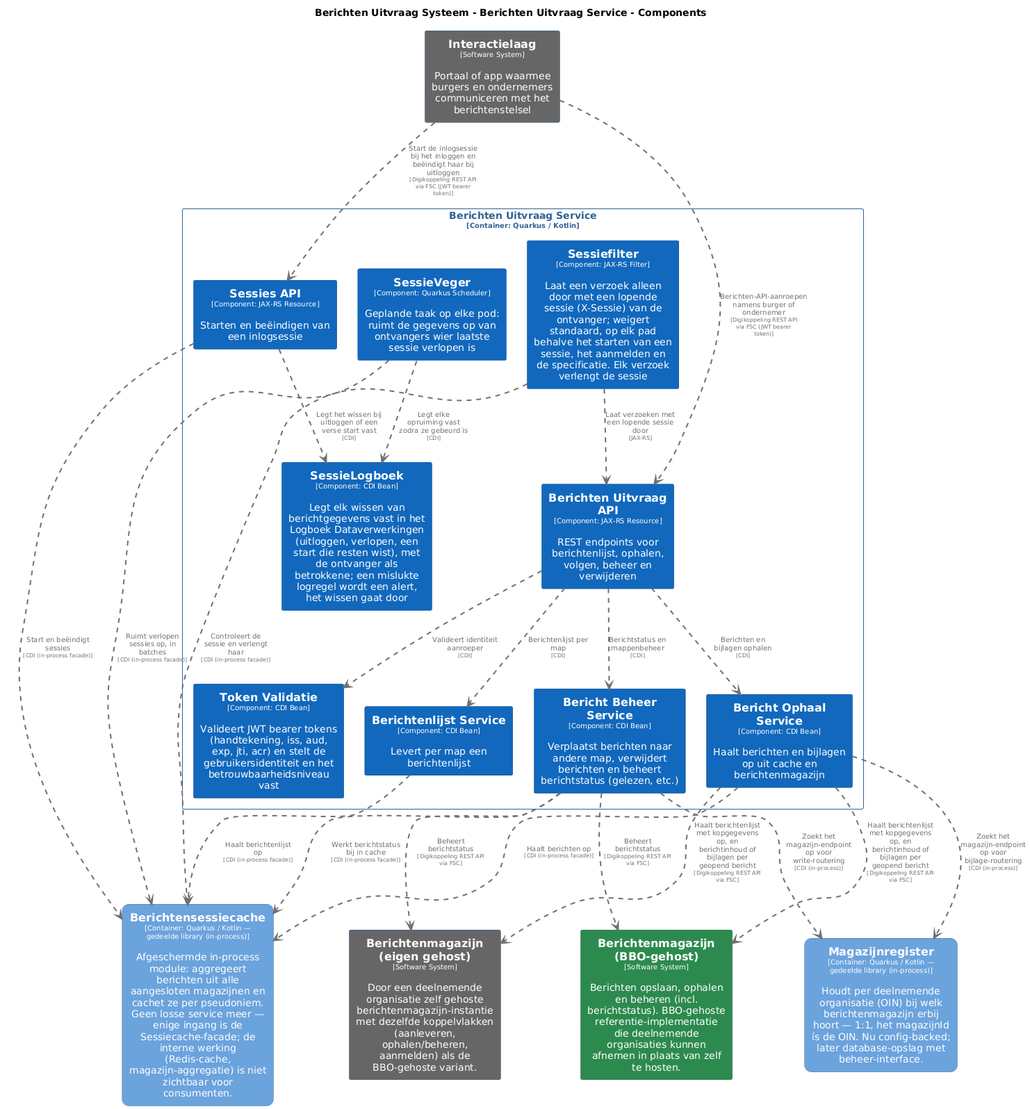
MinBZK/moza-poc-fbs-berichtenbox keeps this PlantUML diagram as pr-preview/pr-423/master/png/BerichtenUitvraagServiceComponenten.png. Above is the earlier version. Its diagram source:
```plantuml
@startuml
set separator none
title Berichten Uitvraag Systeem - Berichten Uitvraag Service - Components

top to bottom direction
skinparam ranksep 60
skinparam nodesep 30

skinparam {
  arrowFontSize 10
  defaultTextAlignment center
  wrapWidth 200
  maxMessageSize 100
}

hide stereotype

skinparam rectangle<<BerichtenUitvraagSysteem.BerichtenUitvraagService.BerichtBeheerService>> {
  BackgroundColor #1168bd
  FontColor #ffffff
  BorderColor #0b4884
  shadowing false
}
skinparam rectangle<<BerichtenUitvraagSysteem.BerichtenUitvraagService.BerichtOphaalService>> {
  BackgroundColor #1168bd
  FontColor #ffffff
  BorderColor #0b4884
  shadowing false
}
skinparam rectangle<<BerichtenUitvraagSysteem.BerichtenUitvraagService.BerichtenUitvraagAPI>> {
  BackgroundColor #1168bd
  FontColor #ffffff
  BorderColor #0b4884
  shadowing false
}
skinparam rectangle<<BerichtenUitvraagSysteem.BerichtenUitvraagService.BerichtenlijstService>> {
  BackgroundColor #1168bd
  FontColor #ffffff
  BorderColor #0b4884
  shadowing false
}
skinparam rectangle<<BerichtenmagazijnBBOgehost>> {
  BackgroundColor #2d8a4e
  FontColor #ffffff
  BorderColor #1e6b38
  shadowing false
}
skinparam rectangle<<Berichtenmagazijneigengehost>> {
  BackgroundColor #666666
  FontColor #ffffff
  BorderColor #0b4884
  shadowing false
}
skinparam rectangle<<BerichtenUitvraagSysteem.Berichtensessiecache>> {
  BackgroundColor #6ba3dd
  FontColor #ffffff
  BorderColor #2e6295
  roundCorner 20
  shadowing false
}
skinparam rectangle<<Interactielaag>> {
  BackgroundColor #666666
  FontColor #ffffff
  BorderColor #0b4884
  shadowing false
}
skinparam rectangle<<BerichtenUitvraagSysteem.Magazijnregister>> {
  BackgroundColor #6ba3dd
  FontColor #ffffff
  BorderColor #2e6295
  roundCorner 20
  shadowing false
}
skinparam rectangle<<BerichtenUitvraagSysteem.BerichtenUitvraagService.SessieLogboek>> {
  BackgroundColor #1168bd
  FontColor #ffffff
  BorderColor #0b4884
  shadowing false
}
skinparam rectangle<<BerichtenUitvraagSysteem.BerichtenUitvraagService.SessieVeger>> {
  BackgroundColor #1168bd
  FontColor #ffffff
  BorderColor #0b4884
  shadowing false
}
skinparam rectangle<<BerichtenUitvraagSysteem.BerichtenUitvraagService.Sessiefilter>> {
  BackgroundColor #1168bd
  FontColor #ffffff
  BorderColor #0b4884
  shadowing false
}
skinparam rectangle<<BerichtenUitvraagSysteem.BerichtenUitvraagService.SessiesAPI>> {
  BackgroundColor #1168bd
  FontColor #ffffff
  BorderColor #0b4884
  shadowing false
}
skinparam rectangle<<BerichtenUitvraagSysteem.BerichtenUitvraagService.TokenValidatie>> {
  BackgroundColor #1168bd
  FontColor #ffffff
  BorderColor #0b4884
  shadowing false
}
skinparam rectangle<<BerichtenUitvraagSysteem.BerichtenUitvraagService>> {
  BorderColor #2e6295
  FontColor #2e6295
  shadowing false
}

rectangle "==Interactielaag\n<size:10>[Software System]</size>\n\nPortaal of app waarmee burgers en ondernemers communiceren met het berichtenstelsel" <<Interactielaag>> as Interactielaag
rectangle "==Berichtenmagazijn (eigen gehost)\n<size:10>[Software System]</size>\n\nDoor een deelnemende organisatie zelf gehoste berichtenmagazijn-instantie met dezelfde koppelvlakken (aanleveren, ophalen/beheren, aanmelden) als de BBO-gehoste variant." <<Berichtenmagazijneigengehost>> as Berichtenmagazijneigengehost
rectangle "==Berichtenmagazijn (BBO-gehost)\n<size:10>[Software System]</size>\n\nBerichten opslaan, ophalen en beheren (incl. berichtstatus). BBO-gehoste referentie-implementatie die deelnemende organisaties kunnen afnemen in plaats van zelf te hosten." <<BerichtenmagazijnBBOgehost>> as BerichtenmagazijnBBOgehost
rectangle "==Berichtensessiecache\n<size:10>[Container: Quarkus / Kotlin — gedeelde library (in-process)]</size>\n\nAfgeschermde in-process module: aggregeert berichten uit alle aangesloten magazijnen en cachet ze per pseudoniem. Geen losse service meer — enige ingang is de Sessiecache-facade; de interne werking (Redis-cache, magazijn-aggregatie) is niet zichtbaar voor consumenten." <<BerichtenUitvraagSysteem.Berichtensessiecache>> as BerichtenUitvraagSysteem.Berichtensessiecache
rectangle "==Magazijnregister\n<size:10>[Container: Quarkus / Kotlin — gedeelde library (in-process)]</size>\n\nHoudt per deelnemende organisatie (OIN) bij welk berichtenmagazijn erbij hoort — 1:1, het magazijnId ís de OIN. Nu config-backed; later database-opslag met beheer-interface." <<BerichtenUitvraagSysteem.Magazijnregister>> as BerichtenUitvraagSysteem.Magazijnregister

rectangle "Berichten Uitvraag Service\n<size:10>[Container: Quarkus / Kotlin]</size>" <<BerichtenUitvraagSysteem.BerichtenUitvraagService>> {
  rectangle "==Berichten Uitvraag API\n<size:10>[Component: JAX-RS Resource]</size>\n\nREST endpoints voor berichtenlijst, ophalen, volgen, beheer en verwijderen" <<BerichtenUitvraagSysteem.BerichtenUitvraagService.BerichtenUitvraagAPI>> as BerichtenUitvraagSysteem.BerichtenUitvraagService.BerichtenUitvraagAPI
  rectangle "==Token Validatie\n<size:10>[Component: CDI Bean]</size>\n\nValideert JWT bearer tokens (handtekening, iss, aud, exp, jti, acr) en stelt de gebruikersidentiteit en het betrouwbaarheidsniveau vast" <<BerichtenUitvraagSysteem.BerichtenUitvraagService.TokenValidatie>> as BerichtenUitvraagSysteem.BerichtenUitvraagService.TokenValidatie
  rectangle "==Berichtenlijst Service\n<size:10>[Component: CDI Bean]</size>\n\nLevert per map een berichtenlijst" <<BerichtenUitvraagSysteem.BerichtenUitvraagService.BerichtenlijstService>> as BerichtenUitvraagSysteem.BerichtenUitvraagService.BerichtenlijstService
  rectangle "==Bericht Ophaal Service\n<size:10>[Component: CDI Bean]</size>\n\nHaalt berichten en bijlagen op uit cache en berichtenmagazijn" <<BerichtenUitvraagSysteem.BerichtenUitvraagService.BerichtOphaalService>> as BerichtenUitvraagSysteem.BerichtenUitvraagService.BerichtOphaalService
  rectangle "==Bericht Beheer Service\n<size:10>[Component: CDI Bean]</size>\n\nVerplaatst berichten naar andere map, verwijdert berichten en beheert berichtstatus (gelezen, etc.)" <<BerichtenUitvraagSysteem.BerichtenUitvraagService.BerichtBeheerService>> as BerichtenUitvraagSysteem.BerichtenUitvraagService.BerichtBeheerService
  rectangle "==Sessiefilter\n<size:10>[Component: JAX-RS Filter]</size>\n\nLaat een verzoek alleen door met een lopende sessie (X-Sessie) van de ontvanger; weigert standaard, op elk pad behalve het starten van een sessie, het aanmelden en de specificatie. Elk verzoek verlengt de sessie" <<BerichtenUitvraagSysteem.BerichtenUitvraagService.Sessiefilter>> as BerichtenUitvraagSysteem.BerichtenUitvraagService.Sessiefilter
  rectangle "==Sessies API\n<size:10>[Component: JAX-RS Resource]</size>\n\nStarten en beëindigen van een inlogsessie" <<BerichtenUitvraagSysteem.BerichtenUitvraagService.SessiesAPI>> as BerichtenUitvraagSysteem.BerichtenUitvraagService.SessiesAPI
  rectangle "==SessieVeger\n<size:10>[Component: Quarkus Scheduler]</size>\n\nGeplande taak op elke pod: ruimt de gegevens op van ontvangers wier laatste sessie verlopen is" <<BerichtenUitvraagSysteem.BerichtenUitvraagService.SessieVeger>> as BerichtenUitvraagSysteem.BerichtenUitvraagService.SessieVeger
  rectangle "==SessieLogboek\n<size:10>[Component: CDI Bean]</size>\n\nLegt elk wissen van berichtgegevens vast in het Logboek Dataverwerkingen (uitloggen, verlopen, een start die resten wist), met de ontvanger als betrokkene; een mislukte logregel wordt een alert, het wissen gaat door" <<BerichtenUitvraagSysteem.BerichtenUitvraagService.SessieLogboek>> as BerichtenUitvraagSysteem.BerichtenUitvraagService.SessieLogboek
}

BerichtenUitvraagSysteem.BerichtenUitvraagService.SessiesAPI .[#707070,thickness=2].> BerichtenUitvraagSysteem.Berichtensessiecache : "<color:#707070>Start en beëindigt sessies\n<color:#707070><size:8>[CDI (in-process facade)]</size>"
BerichtenUitvraagSysteem.BerichtenUitvraagService.SessieVeger .[#707070,thickness=2].> BerichtenUitvraagSysteem.Berichtensessiecache : "<color:#707070>Ruimt verlopen sessies op, in batches\n<color:#707070><size:8>[CDI (in-process facade)]</size>"
BerichtenUitvraagSysteem.BerichtenUitvraagService.BerichtOphaalService .[#707070,thickness=2].> BerichtenUitvraagSysteem.Berichtensessiecache : "<color:#707070>Haalt berichten op\n<color:#707070><size:8>[CDI (in-process facade)]</size>"
BerichtenUitvraagSysteem.BerichtenUitvraagService.BerichtenlijstService .[#707070,thickness=2].> BerichtenUitvraagSysteem.Berichtensessiecache : "<color:#707070>Haalt berichtenlijst op\n<color:#707070><size:8>[CDI (in-process facade)]</size>"
BerichtenUitvraagSysteem.BerichtenUitvraagService.BerichtBeheerService .[#707070,thickness=2].> BerichtenUitvraagSysteem.Berichtensessiecache : "<color:#707070>Werkt berichtstatus bij in cache\n<color:#707070><size:8>[CDI (in-process facade)]</size>"
BerichtenUitvraagSysteem.BerichtenUitvraagService.BerichtOphaalService .[#707070,thickness=2].> BerichtenUitvraagSysteem.Magazijnregister : "<color:#707070>Zoekt het magazijn-endpoint op voor bijlage-routering\n<color:#707070><size:8>[CDI (in-process)]</size>"
BerichtenUitvraagSysteem.BerichtenUitvraagService.BerichtBeheerService .[#707070,thickness=2].> BerichtenUitvraagSysteem.Magazijnregister : "<color:#707070>Zoekt het magazijn-endpoint op voor write-routering\n<color:#707070><size:8>[CDI (in-process)]</size>"
Interactielaag .[#707070,thickness=2].> BerichtenUitvraagSysteem.BerichtenUitvraagService.BerichtenUitvraagAPI : "<color:#707070>Berichten-API-aanroepen namens burger of ondernemer\n<color:#707070><size:8>[Digikoppeling REST API via FSC (JWT bearer token)]</size>"
Interactielaag .[#707070,thickness=2].> BerichtenUitvraagSysteem.BerichtenUitvraagService.SessiesAPI : "<color:#707070>Start de inlogsessie bij het inloggen en beëindigt haar bij uitloggen\n<color:#707070><size:8>[Digikoppeling REST API via FSC (JWT bearer token)]</size>"
BerichtenUitvraagSysteem.BerichtenUitvraagService.BerichtOphaalService .[#707070,thickness=2].> BerichtenmagazijnBBOgehost : "<color:#707070>Haalt berichtenlijst met kopgegevens op, en berichtinhoud of bijlagen per geopend bericht\n<color:#707070><size:8>[Digikoppeling REST API via FSC]</size>"
BerichtenUitvraagSysteem.BerichtenUitvraagService.BerichtBeheerService .[#707070,thickness=2].> BerichtenmagazijnBBOgehost : "<color:#707070>Beheert berichtstatus\n<color:#707070><size:8>[Digikoppeling REST API via FSC]</size>"
BerichtenUitvraagSysteem.BerichtenUitvraagService.BerichtOphaalService .[#707070,thickness=2].> Berichtenmagazijneigengehost : "<color:#707070>Haalt berichtenlijst met kopgegevens op, en berichtinhoud of bijlagen per geopend bericht\n<color:#707070><size:8>[Digikoppeling REST API via FSC]</size>"
BerichtenUitvraagSysteem.BerichtenUitvraagService.BerichtBeheerService .[#707070,thickness=2].> Berichtenmagazijneigengehost : "<color:#707070>Beheert berichtstatus\n<color:#707070><size:8>[Digikoppeling REST API via FSC]</size>"
BerichtenUitvraagSysteem.BerichtenUitvraagService.BerichtenUitvraagAPI .[#707070,thickness=2].> BerichtenUitvraagSysteem.BerichtenUitvraagService.TokenValidatie : "<color:#707070>Valideert identiteit aanroeper\n<color:#707070><size:8>[CDI]</size>"
BerichtenUitvraagSysteem.BerichtenUitvraagService.BerichtenUitvraagAPI .[#707070,thickness=2].> BerichtenUitvraagSysteem.BerichtenUitvraagService.BerichtenlijstService : "<color:#707070>Berichtenlijst per map\n<color:#707070><size:8>[CDI]</size>"
BerichtenUitvraagSysteem.BerichtenUitvraagService.BerichtenUitvraagAPI .[#707070,thickness=2].> BerichtenUitvraagSysteem.BerichtenUitvraagService.BerichtOphaalService : "<color:#707070>Berichten en bijlagen ophalen\n<color:#707070><size:8>[CDI]</size>"
BerichtenUitvraagSysteem.BerichtenUitvraagService.BerichtenUitvraagAPI .[#707070,thickness=2].> BerichtenUitvraagSysteem.BerichtenUitvraagService.BerichtBeheerService : "<color:#707070>Berichtstatus en mappenbeheer\n<color:#707070><size:8>[CDI]</size>"
BerichtenUitvraagSysteem.BerichtenUitvraagService.Sessiefilter .[#707070,thickness=2].> BerichtenUitvraagSysteem.BerichtenUitvraagService.BerichtenUitvraagAPI : "<color:#707070>Laat verzoeken met een lopende sessie door\n<color:#707070><size:8>[JAX-RS]</size>"
BerichtenUitvraagSysteem.BerichtenUitvraagService.SessiesAPI .[#707070,thickness=2].> BerichtenUitvraagSysteem.BerichtenUitvraagService.SessieLogboek : "<color:#707070>Legt het wissen bij uitloggen of een verse start vast\n<color:#707070><size:8>[CDI]</size>"
BerichtenUitvraagSysteem.BerichtenUitvraagService.SessieVeger .[#707070,thickness=2].> BerichtenUitvraagSysteem.BerichtenUitvraagService.SessieLogboek : "<color:#707070>Legt elke opruiming vast zodra ze gebeurd is\n<color:#707070><size:8>[CDI]</size>"
BerichtenUitvraagSysteem.BerichtenUitvraagService.Sessiefilter .[#707070,thickness=2].> BerichtenUitvraagSysteem.Berichtensessiecache : "<color:#707070>Controleert de sessie en verlengt haar\n<color:#707070><size:8>[CDI (in-process facade)]</size>"
@enduml
```
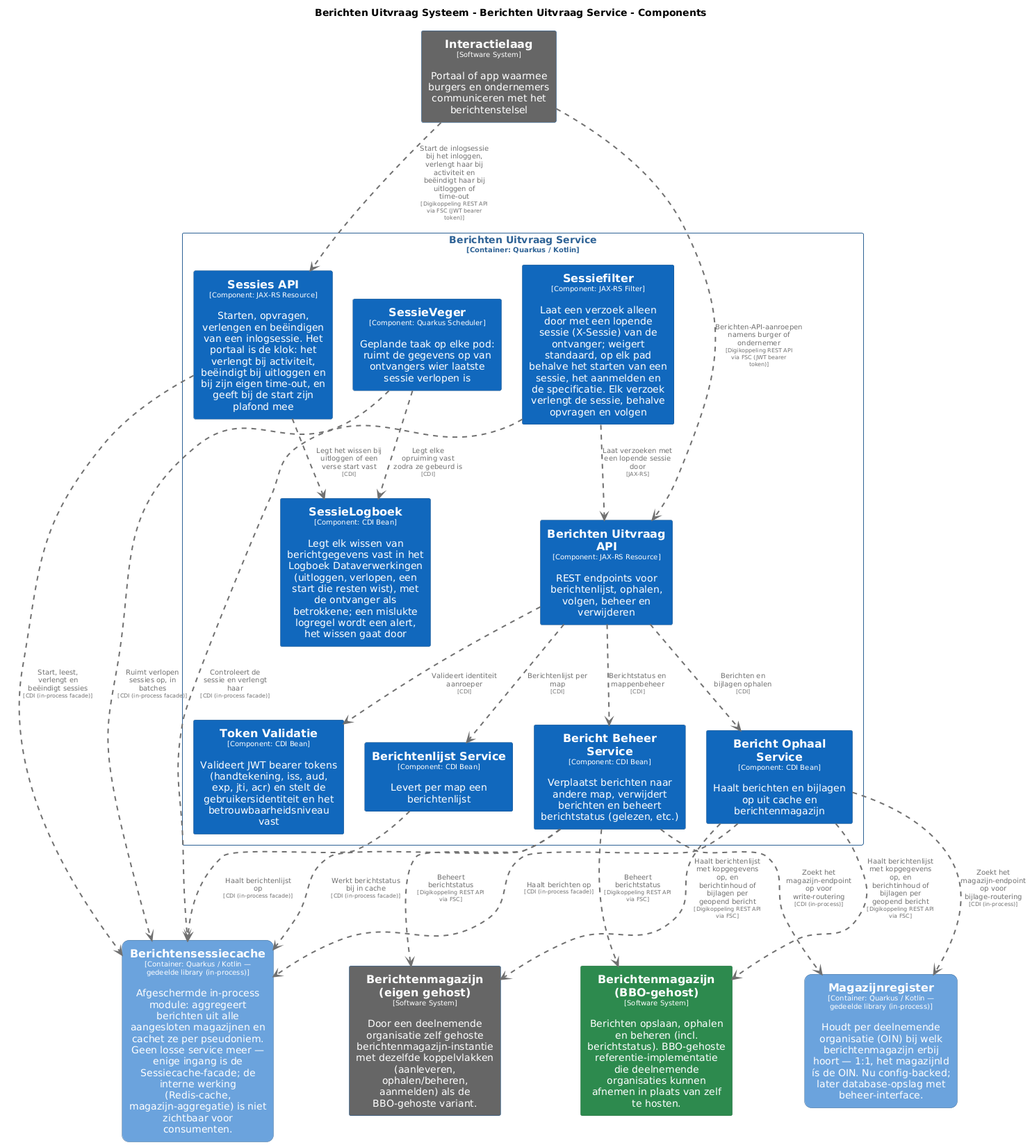
Later version of the same file.

Change to the diagram source:
```diff
@@ -119,13 +119,13 @@
   rectangle "==Berichtenlijst Service\n<size:10>[Component: CDI Bean]</size>\n\nLevert per map een berichtenlijst" <<BerichtenUitvraagSysteem.BerichtenUitvraagService.BerichtenlijstService>> as BerichtenUitvraagSysteem.BerichtenUitvraagService.BerichtenlijstService
   rectangle "==Bericht Ophaal Service\n<size:10>[Component: CDI Bean]</size>\n\nHaalt berichten en bijlagen op uit cache en berichtenmagazijn" <<BerichtenUitvraagSysteem.BerichtenUitvraagService.BerichtOphaalService>> as BerichtenUitvraagSysteem.BerichtenUitvraagService.BerichtOphaalService
   rectangle "==Bericht Beheer Service\n<size:10>[Component: CDI Bean]</size>\n\nVerplaatst berichten naar andere map, verwijdert berichten en beheert berichtstatus (gelezen, etc.)" <<BerichtenUitvraagSysteem.BerichtenUitvraagService.BerichtBeheerService>> as BerichtenUitvraagSysteem.BerichtenUitvraagService.BerichtBeheerService
-  rectangle "==Sessiefilter\n<size:10>[Component: JAX-RS Filter]</size>\n\nLaat een verzoek alleen door met een lopende sessie (X-Sessie) van de ontvanger; weigert standaard, op elk pad behalve het starten van een sessie, het aanmelden en de specificatie. Elk verzoek verlengt de sessie" <<BerichtenUitvraagSysteem.BerichtenUitvraagService.Sessiefilter>> as BerichtenUitvraagSysteem.BerichtenUitvraagService.Sessiefilter
-  rectangle "==Sessies API\n<size:10>[Component: JAX-RS Resource]</size>\n\nStarten en beëindigen van een inlogsessie" <<BerichtenUitvraagSysteem.BerichtenUitvraagService.SessiesAPI>> as BerichtenUitvraagSysteem.BerichtenUitvraagService.SessiesAPI
+  rectangle "==Sessiefilter\n<size:10>[Component: JAX-RS Filter]</size>\n\nLaat een verzoek alleen door met een lopende sessie (X-Sessie) van de ontvanger; weigert standaard, op elk pad behalve het starten van een sessie, het aanmelden en de specificatie. Elk verzoek verlengt de sessie, behalve opvragen en volgen" <<BerichtenUitvraagSysteem.BerichtenUitvraagService.Sessiefilter>> as BerichtenUitvraagSysteem.BerichtenUitvraagService.Sessiefilter
+  rectangle "==Sessies API\n<size:10>[Component: JAX-RS Resource]</size>\n\nStarten, opvragen, verlengen en beëindigen van een inlogsessie. Het portaal is de klok: het verlengt bij activiteit, beëindigt bij uitloggen en bij zijn eigen time-out, en geeft bij de start zijn plafond mee" <<BerichtenUitvraagSysteem.BerichtenUitvraagService.SessiesAPI>> as BerichtenUitvraagSysteem.BerichtenUitvraagService.SessiesAPI
   rectangle "==SessieVeger\n<size:10>[Component: Quarkus Scheduler]</size>\n\nGeplande taak op elke pod: ruimt de gegevens op van ontvangers wier laatste sessie verlopen is" <<BerichtenUitvraagSysteem.BerichtenUitvraagService.SessieVeger>> as BerichtenUitvraagSysteem.BerichtenUitvraagService.SessieVeger
   rectangle "==SessieLogboek\n<size:10>[Component: CDI Bean]</size>\n\nLegt elk wissen van berichtgegevens vast in het Logboek Dataverwerkingen (uitloggen, verlopen, een start die resten wist), met de ontvanger als betrokkene; een mislukte logregel wordt een alert, het wissen gaat door" <<BerichtenUitvraagSysteem.BerichtenUitvraagService.SessieLogboek>> as BerichtenUitvraagSysteem.BerichtenUitvraagService.SessieLogboek
 }
 
-BerichtenUitvraagSysteem.BerichtenUitvraagService.SessiesAPI .[#707070,thickness=2].> BerichtenUitvraagSysteem.Berichtensessiecache : "<color:#707070>Start en beëindigt sessies\n<color:#707070><size:8>[CDI (in-process facade)]</size>"
+BerichtenUitvraagSysteem.BerichtenUitvraagService.SessiesAPI .[#707070,thickness=2].> BerichtenUitvraagSysteem.Berichtensessiecache : "<color:#707070>Start, leest, verlengt en beëindigt sessies\n<color:#707070><size:8>[CDI (in-process facade)]</size>"
 BerichtenUitvraagSysteem.BerichtenUitvraagService.SessieVeger .[#707070,thickness=2].> BerichtenUitvraagSysteem.Berichtensessiecache : "<color:#707070>Ruimt verlopen sessies op, in batches\n<color:#707070><size:8>[CDI (in-process facade)]</size>"
 BerichtenUitvraagSysteem.BerichtenUitvraagService.BerichtOphaalService .[#707070,thickness=2].> BerichtenUitvraagSysteem.Berichtensessiecache : "<color:#707070>Haalt berichten op\n<color:#707070><size:8>[CDI (in-process facade)]</size>"
 BerichtenUitvraagSysteem.BerichtenUitvraagService.BerichtenlijstService .[#707070,thickness=2].> BerichtenUitvraagSysteem.Berichtensessiecache : "<color:#707070>Haalt berichtenlijst op\n<color:#707070><size:8>[CDI (in-process facade)]</size>"
@@ -133,7 +133,7 @@
 BerichtenUitvraagSysteem.BerichtenUitvraagService.BerichtOphaalService .[#707070,thickness=2].> BerichtenUitvraagSysteem.Magazijnregister : "<color:#707070>Zoekt het magazijn-endpoint op voor bijlage-routering\n<color:#707070><size:8>[CDI (in-process)]</size>"
 BerichtenUitvraagSysteem.BerichtenUitvraagService.BerichtBeheerService .[#707070,thickness=2].> BerichtenUitvraagSysteem.Magazijnregister : "<color:#707070>Zoekt het magazijn-endpoint op voor write-routering\n<color:#707070><size:8>[CDI (in-process)]</size>"
 Interactielaag .[#707070,thickness=2].> BerichtenUitvraagSysteem.BerichtenUitvraagService.BerichtenUitvraagAPI : "<color:#707070>Berichten-API-aanroepen namens burger of ondernemer\n<color:#707070><size:8>[Digikoppeling REST API via FSC (JWT bearer token)]</size>"
-Interactielaag .[#707070,thickness=2].> BerichtenUitvraagSysteem.BerichtenUitvraagService.SessiesAPI : "<color:#707070>Start de inlogsessie bij het inloggen en beëindigt haar bij uitloggen\n<color:#707070><size:8>[Digikoppeling REST API via FSC (JWT bearer token)]</size>"
+Interactielaag .[#707070,thickness=2].> BerichtenUitvraagSysteem.BerichtenUitvraagService.SessiesAPI : "<color:#707070>Start de inlogsessie bij het inloggen, verlengt haar bij activiteit en beëindigt haar bij uitloggen of time-out\n<color:#707070><size:8>[Digikoppeling REST API via FSC (JWT bearer token)]</size>"
 BerichtenUitvraagSysteem.BerichtenUitvraagService.BerichtOphaalService .[#707070,thickness=2].> BerichtenmagazijnBBOgehost : "<color:#707070>Haalt berichtenlijst met kopgegevens op, en berichtinhoud of bijlagen per geopend bericht\n<color:#707070><size:8>[Digikoppeling REST API via FSC]</size>"
 BerichtenUitvraagSysteem.BerichtenUitvraagService.BerichtBeheerService .[#707070,thickness=2].> BerichtenmagazijnBBOgehost : "<color:#707070>Beheert berichtstatus\n<color:#707070><size:8>[Digikoppeling REST API via FSC]</size>"
 BerichtenUitvraagSysteem.BerichtenUitvraagService.BerichtOphaalService .[#707070,thickness=2].> Berichtenmagazijneigengehost : "<color:#707070>Haalt berichtenlijst met kopgegevens op, en berichtinhoud of bijlagen per geopend bericht\n<color:#707070><size:8>[Digikoppeling REST API via FSC]</size>"
```
